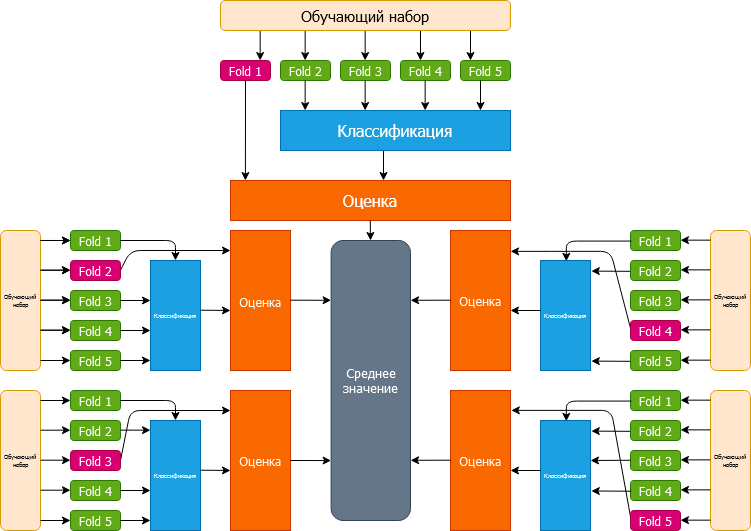
maxdergunov/potential-pulsars-classifier keeps this draw.io diagram as images/5-fold cv.png. Above is the earlier version. Source tidied: cells renumbered, new cells last; positions are measured from the earlier drawing's top-left corner, leaving out a move shared by most shapes.
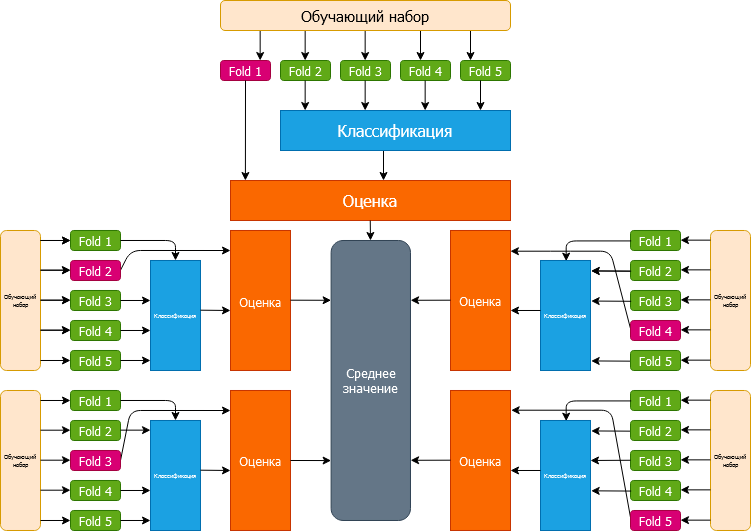
Above is the later version.

What changed in the source:
```diff
@@ -521,5 +521,17 @@
         <mxPoint x="330.6" y="299.8" as="targetPoint" />
       </mxGeometry>
     </mxCell>
+    <mxCell id="106" style="endArrow=classic;html=1;flipV=1;flipH=1;entryX=0;entryY=0.5;entryDx=0;entryDy=0;fontFamily=Tahoma;" parent="1" edge="1">
+      <mxGeometry relative="1" as="geometry">
+        <mxPoint x="590" y="269.8" as="sourcePoint" />
+        <mxPoint x="630" y="270" as="targetPoint" />
+      </mxGeometry>
+    </mxCell>
+    <mxCell id="107" style="endArrow=classic;html=1;flipV=1;flipH=1;fontFamily=Tahoma;" parent="1" edge="1">
+      <mxGeometry relative="1" as="geometry">
+        <mxPoint x="590" y="299.9" as="sourcePoint" />
+        <mxPoint x="630" y="300.1" as="targetPoint" />
+      </mxGeometry>
+    </mxCell>
   </root>
 </mxGraphModel>
```
